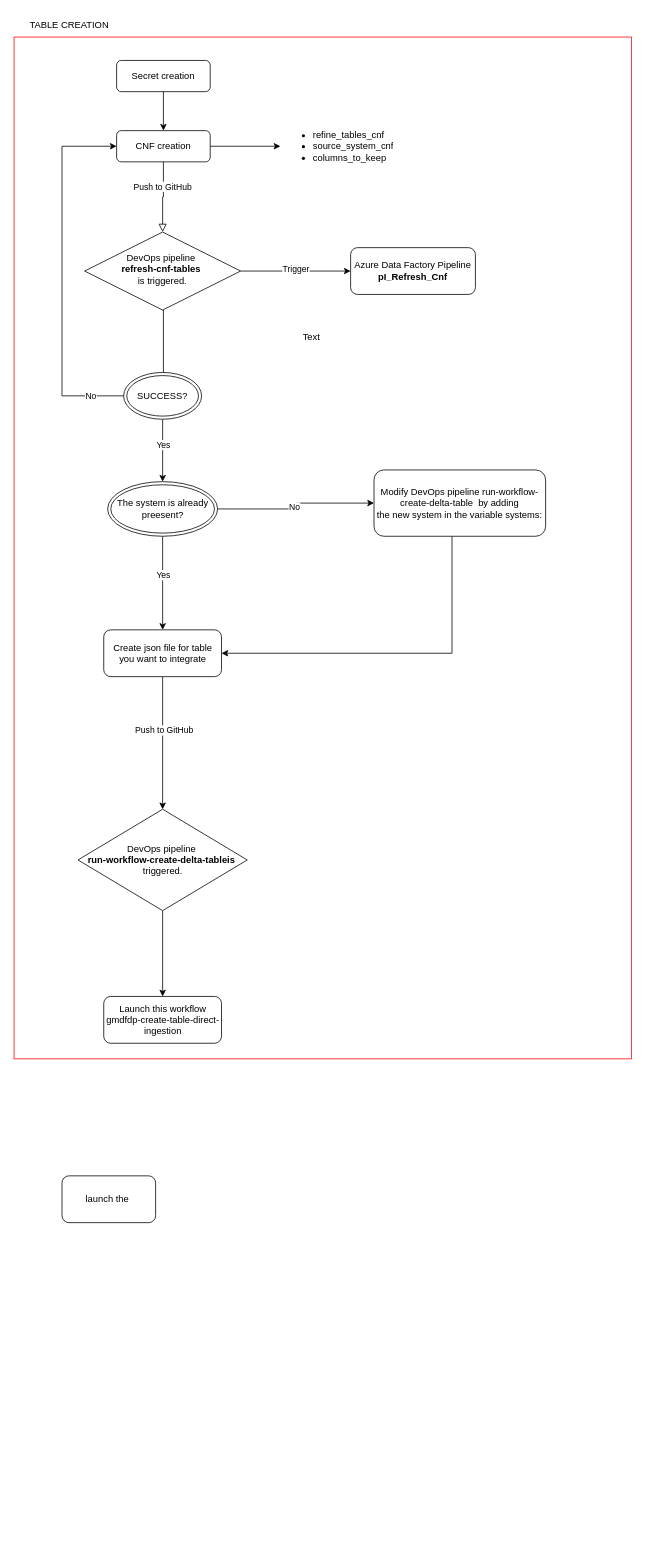
The draw.io diagram AZR-Direct_Ingestion.drawio in giovanniputrino-sdg/SDG, before the edit. Source tidied: cells renumbered, new cells numbered last; positions are measured from the earlier drawing's top-left corner, leaving out a move shared by most shapes. Both pictures are drawn from the tidied source at 78%, with x=0, y=0 at pixel (13, 13).
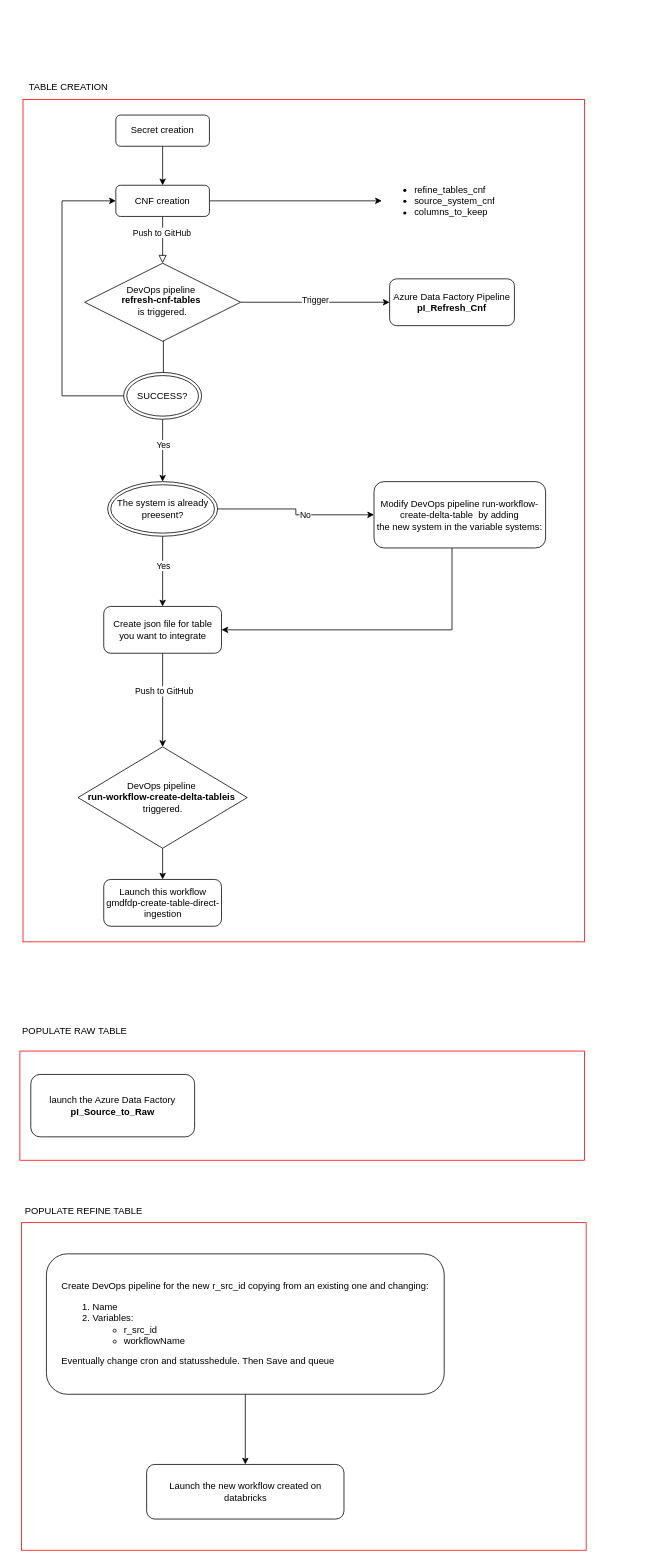
Above is the later version.

Unchanged cells that the change refers to:
```xml
<mxCell id="26" style="edgeStyle=orthogonalEdgeStyle;rounded=0;jettySize=auto;html=1;exitX=1;exitY=0.5;exitDx=0;exitDy=0;entryX=0;entryY=0.5;entryDx=0;entryDy=0;" parent="1" edge="1" source="28" target="30">
  <mxGeometry relative="1" as="geometry" />
</mxCell>
```

Change to the diagram source:
```diff
@@
     <mxCell id="5" value="CNF creation" style="rounded=1;whiteSpace=wrap;html=1;fontSize=12;glass=0;strokeWidth=1;shadow=0;" parent="1" vertex="1">
-      <mxGeometry x="132" y="150" width="120" height="40" as="geometry" />
+      <mxGeometry x="131" y="220" width="120" height="40" as="geometry" />
     </mxCell>
@@
     <mxCell id="8" style="edgeStyle=orthogonalEdgeStyle;rounded=0;jettySize=auto;html=1;exitX=0.5;exitY=1;exitDx=0;exitDy=0;entryX=0;entryY=0.5;entryDx=0;entryDy=0;" parent="1" edge="1" source="10" target="5">
       <mxGeometry relative="1" as="geometry">
         <Array as="points">
+          <mxPoint x="191" y="380" />
           <mxPoint x="192" y="380" />
           <mxPoint x="192" y="490" />
           <mxPoint x="62" y="490" />
-          <mxPoint x="62" y="170" />
+          <mxPoint x="62" y="240" />
         </Array>
       </mxGeometry>
     </mxCell>
@@
     <mxCell id="10" value="DevOps pipeline&amp;nbsp;&lt;div&gt;&lt;b&gt;refresh-cnf-tables&lt;/b&gt;&amp;nbsp;&lt;/div&gt;&lt;div&gt;is triggered.&lt;/div&gt;" style="rhombus;whiteSpace=wrap;html=1;shadow=0;fontFamily=Helvetica;fontSize=12;align=center;strokeWidth=1;spacing=6;spacingTop=-4;" parent="1" vertex="1">
-      <mxGeometry x="91" y="280" width="200" height="100" as="geometry" />
+      <mxGeometry x="91" y="320" width="200" height="100" as="geometry" />
     </mxCell>
     <mxCell id="11" value="Azure Data Factory Pipeline &lt;b&gt;pI_Refresh_Cnf&lt;/b&gt;" style="rounded=1;whiteSpace=wrap;html=1;fontSize=12;glass=0;strokeWidth=1;shadow=0;" parent="1" vertex="1">
-      <mxGeometry x="432" y="300" width="160" height="60" as="geometry" />
+      <mxGeometry x="482" y="340" width="160" height="60" as="geometry" />
     </mxCell>
@@
     <mxCell id="13" value="Secret creation" style="rounded=1;whiteSpace=wrap;html=1;fontSize=12;glass=0;strokeWidth=1;shadow=0;" parent="1" vertex="1">
-      <mxGeometry x="132" y="60" width="120" height="40" as="geometry" />
+      <mxGeometry x="131" y="130" width="120" height="40" as="geometry" />
     </mxCell>
@@
     <mxCell id="16" value="Create json file for table you want to integrate" style="rounded=1;whiteSpace=wrap;html=1;fontSize=12;glass=0;strokeWidth=1;shadow=0;" parent="1" vertex="1">
-      <mxGeometry x="115.5" y="790" width="151" height="60" as="geometry" />
+      <mxGeometry x="115.5" y="760" width="151" height="60" as="geometry" />
     </mxCell>
-    <mxCell id="17" value="Text" style="text;html=1;align=center;verticalAlign=middle;whiteSpace=wrap;rounded=0;" parent="1" vertex="1">
-      <mxGeometry x="352" y="400" width="60" height="30" as="geometry" />
-    </mxCell>
     <mxCell id="18" value="&lt;ul&gt;&lt;li&gt;refine_tables_cnf&lt;/li&gt;&lt;li&gt;source_system_cnf&lt;/li&gt;&lt;li&gt;columns_to_keep&lt;/li&gt;&lt;/ul&gt;" style="text;strokeColor=none;fillColor=none;html=1;whiteSpace=wrap;verticalAlign=middle;overflow=hidden;" parent="1" vertex="1">
-      <mxGeometry x="342" y="130" width="180" height="80" as="geometry" />
+      <mxGeometry x="472" y="200" width="180" height="80" as="geometry" />
     </mxCell>
@@
     <mxCell id="20" value="DevOps pipeline&amp;nbsp;&lt;br&gt;&lt;div&gt;&lt;span style=&quot;background-color: initial;&quot;&gt;&lt;b&gt;run-workflow-create-delta-table&lt;/b&gt;&lt;/span&gt;&lt;span style=&quot;background-color: initial;&quot;&gt;&lt;b&gt;is&lt;/b&gt;&amp;nbsp;&lt;/span&gt;&lt;/div&gt;&lt;div&gt;&lt;span style=&quot;background-color: initial;&quot;&gt;triggered.&lt;/span&gt;&lt;br&gt;&lt;/div&gt;" style="rhombus;whiteSpace=wrap;html=1;" parent="1" vertex="1">
-      <mxGeometry x="82.5" y="1020" width="217" height="130" as="geometry" />
+      <mxGeometry x="82.5" y="940" width="217" height="130" as="geometry" />
     </mxCell>
@@
     <mxCell id="27" value="No" style="edgeLabel;html=1;align=center;verticalAlign=middle;" parent="26" vertex="1">
-      <mxGeometry x="-0.01" y="2" relative="1" as="geometry" />
+      <mxGeometry x="0.14" y="1" relative="1" as="geometry">
+        <mxPoint y="1" as="offset" />
+      </mxGeometry>
     </mxCell>
@@
     <mxCell id="29" style="edgeStyle=orthogonalEdgeStyle;rounded=0;jettySize=auto;html=1;entryX=1;entryY=0.5;entryDx=0;entryDy=0;" parent="1" edge="1" source="30" target="16">
       <mxGeometry relative="1" as="geometry">
         <Array as="points">
-          <mxPoint x="562" y="820" />
+          <mxPoint x="562" y="790" />
         </Array>
       </mxGeometry>
     </mxCell>
     <mxCell id="30" value="Modify DevOps pipeline&amp;nbsp;run-workflow-create-delta-table&amp;nbsp;&lt;span style=&quot;background-color: initial;&quot;&gt;&amp;nbsp;by adding&lt;/span&gt;&lt;div&gt;the new system in the &lt;span style=&quot;background-color: initial;&quot;&gt;variable systems:&lt;/span&gt;&lt;/div&gt;" style="rounded=1;whiteSpace=wrap;html=1;fontSize=12;glass=0;strokeWidth=1;shadow=0;" parent="1" vertex="1">
-      <mxGeometry x="462" y="585" width="220" height="85" as="geometry" />
+      <mxGeometry x="462" y="600" width="220" height="85" as="geometry" />
     </mxCell>
     <mxCell id="31" value="Launch this workflow gmdfdp-create-table-direct-ingestion" style="rounded=1;whiteSpace=wrap;html=1;fontSize=12;glass=0;strokeWidth=1;shadow=0;" parent="1" vertex="1">
-      <mxGeometry x="115.5" y="1260" width="151" height="60" as="geometry" />
+      <mxGeometry x="115.5" y="1110" width="151" height="60" as="geometry" />
     </mxCell>
-    <mxCell id="32" style="rounded=0;whiteSpace=wrap;html=1;fillColor=none;strokeColor=#fb0404;" parent="1" vertex="1">
-      <mxGeometry x="0.5" y="30" width="791.5" height="1310" as="geometry" />
-    </mxCell>
     <mxCell id="33" value="TABLE CREATION" style="text;html=1;align=center;verticalAlign=middle;whiteSpace=wrap;rounded=0;" parent="1" vertex="1">
-      <mxGeometry x="1" width="141" height="30" as="geometry" />
+      <mxGeometry y="80" width="141" height="30" as="geometry" />
     </mxCell>
-    <mxCell id="34" value="launch the&amp;nbsp;" style="rounded=1;whiteSpace=wrap;html=1;" parent="1" vertex="1">
-      <mxGeometry x="62" y="1490" width="120" height="60" as="geometry" />
+    <mxCell id="34" value="launch the Azure Data Factory &lt;b&gt;pI_Source_to_Raw&lt;/b&gt;" style="rounded=1;whiteSpace=wrap;html=1;" parent="1" vertex="1">
+      <mxGeometry x="22" y="1360" width="210" height="80" as="geometry" />
     </mxCell>
+    <mxCell id="35" style="rounded=0;whiteSpace=wrap;html=1;fillColor=none;strokeColor=#f20202;" parent="1" vertex="1">
+      <mxGeometry x="8" y="1330" width="724" height="140" as="geometry" />
+    </mxCell>
+    <mxCell id="36" value="POPULATE RAW TABLE" style="text;html=1;align=center;verticalAlign=middle;whiteSpace=wrap;rounded=0;" parent="1" vertex="1">
+      <mxGeometry x="8" y="1290" width="141" height="30" as="geometry" />
+    </mxCell>
+    <mxCell id="37" style="rounded=0;whiteSpace=wrap;html=1;fillColor=none;strokeColor=#ff0000;" parent="1" vertex="1">
+      <mxGeometry x="12" y="110" width="720" height="1080" as="geometry" />
+    </mxCell>
+    <mxCell id="38" value="POPULATE REFINE TABLE" style="text;html=1;align=center;verticalAlign=middle;whiteSpace=wrap;rounded=0;" parent="1" vertex="1">
+      <mxGeometry x="8" y="1520" width="164" height="30" as="geometry" />
+    </mxCell>
+    <mxCell id="39" style="edgeStyle=orthogonalEdgeStyle;rounded=0;jettySize=auto;html=1;exitX=0.5;exitY=1;exitDx=0;exitDy=0;entryX=0.5;entryY=0;entryDx=0;entryDy=0;" parent="1" edge="1" source="40" target="41">
+      <mxGeometry relative="1" as="geometry" />
+    </mxCell>
+    <mxCell id="40" value="&lt;div style=&quot;text-align: justify;&quot;&gt;&lt;span style=&quot;background-color: initial;&quot;&gt;Create DevOps pipeline for the new r_src_id copying from an existing one and changing:&lt;/span&gt;&lt;/div&gt;&lt;div&gt;&lt;ol&gt;&lt;li style=&quot;text-align: justify;&quot;&gt;Name&lt;/li&gt;&lt;li style=&quot;text-align: justify;&quot;&gt;Variables:&lt;/li&gt;&lt;ul&gt;&lt;li style=&quot;text-align: justify;&quot;&gt;&lt;span style=&quot;background-color: initial;&quot;&gt;r_src_id&lt;/span&gt;&lt;/li&gt;&lt;li style=&quot;text-align: justify;&quot;&gt;workflowName&lt;/li&gt;&lt;/ul&gt;&lt;/ol&gt;&lt;div style=&quot;text-align: justify;&quot;&gt;Eventually change cron and statusshedule. Then Save and queue&lt;/div&gt;&lt;/div&gt;" style="rounded=1;whiteSpace=wrap;html=1;align=center;" parent="1" vertex="1">
+      <mxGeometry x="42" y="1590" width="510" height="180" as="geometry" />
+    </mxCell>
+    <mxCell id="41" value="Launch the new workflow created on databricks" style="rounded=1;whiteSpace=wrap;html=1;" parent="1" vertex="1">
+      <mxGeometry x="170.5" y="1860" width="253" height="70" as="geometry" />
+    </mxCell>
+    <mxCell id="42" style="rounded=0;whiteSpace=wrap;html=1;fillColor=none;strokeColor=#f50505;" parent="1" vertex="1">
+      <mxGeometry x="10" y="1550" width="724" height="420" as="geometry" />
+    </mxCell>
```
